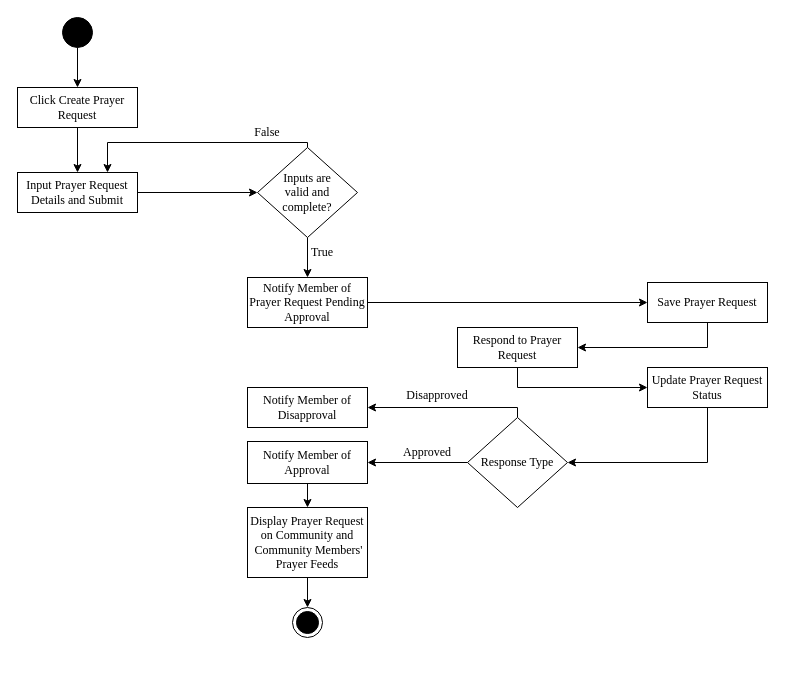
This is page "PrayerRequest" (10 of 12) of ConnexUs_Chap3.drawio from gvillanueva01/ConnexUs_diagrams, a draw.io file, before an edit. Source tidied: cells renumbered, new cells numbered last; positions are measured from the earlier drawing's top-left corner, leaving out a move shared by most shapes. Both pictures are drawn from the tidied source at 100%, with x=0, y=0 at pixel (17, 17).
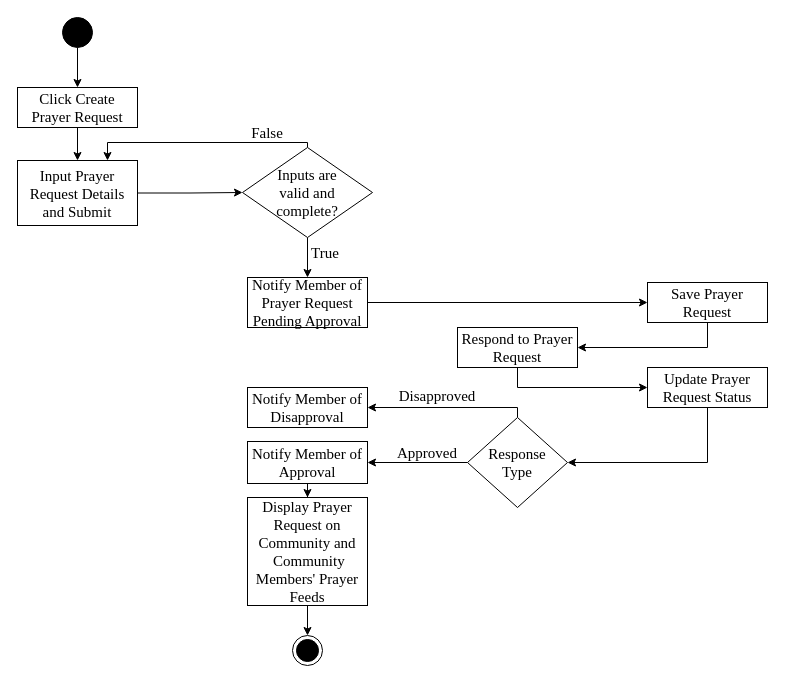
The same page after the edit.

The edit, as a diff of the source:
```diff
@@
-    <mxCell id="2" style="edgeStyle=orthogonalEdgeStyle;rounded=0;jettySize=auto;html=1;" parent="1" edge="1" source="3" target="5">
+    <mxCell id="2" style="edgeStyle=orthogonalEdgeStyle;rounded=0;jettySize=auto;html=1;fontSize=15;" parent="1" edge="1" source="3" target="5">
       <mxGeometry relative="1" as="geometry" />
     </mxCell>
-    <mxCell id="3" style="ellipse;fillColor=strokeColor;html=1;" parent="1" vertex="1">
+    <mxCell id="3" style="ellipse;fillColor=strokeColor;html=1;fontSize=15;" parent="1" vertex="1">
       <mxGeometry x="45" width="30" height="30" as="geometry" />
     </mxCell>
-    <mxCell id="4" style="edgeStyle=orthogonalEdgeStyle;rounded=0;jettySize=auto;html=1;entryX=0.5;entryY=0;entryDx=0;entryDy=0;" parent="1" edge="1" source="5" target="9">
+    <mxCell id="4" style="edgeStyle=orthogonalEdgeStyle;rounded=0;jettySize=auto;html=1;entryX=0.5;entryY=0;entryDx=0;entryDy=0;fontSize=15;" parent="1" edge="1" source="5" target="9">
       <mxGeometry relative="1" as="geometry" />
     </mxCell>
-    <mxCell id="5" value="Click Create Prayer Request" style="rounded=0;whiteSpace=wrap;html=1;fontFamily=Times New Roman;" parent="1" vertex="1">
+    <mxCell id="5" value="Click Create Prayer Request" style="rounded=0;whiteSpace=wrap;html=1;fontFamily=Times New Roman;fontSize=15;" parent="1" vertex="1">
       <mxGeometry y="70" width="120" height="40" as="geometry" />
     </mxCell>
-    <mxCell id="6" style="ellipse;html=1;shape=endState;fillColor=strokeColor;" parent="1" vertex="1">
-      <mxGeometry x="275" y="590" width="30" height="30" as="geometry" />
+    <mxCell id="6" style="ellipse;html=1;shape=endState;fillColor=strokeColor;fontSize=15;" parent="1" vertex="1">
+      <mxGeometry x="275" y="618" width="30" height="30" as="geometry" />
     </mxCell>
-    <mxCell id="7" value="True" style="text;html=1;strokeColor=none;fillColor=none;align=center;verticalAlign=middle;whiteSpace=wrap;rounded=0;fontFamily=Times New Roman;" parent="1" vertex="1">
-      <mxGeometry x="275" y="220" width="60" height="30" as="geometry" />
+    <mxCell id="7" value="True" style="text;html=1;strokeColor=none;fillColor=none;align=center;verticalAlign=middle;whiteSpace=wrap;rounded=0;fontFamily=Times New Roman;fontSize=15;" parent="1" vertex="1">
+      <mxGeometry x="278" y="220" width="60" height="30" as="geometry" />
     </mxCell>
-    <mxCell id="8" style="edgeStyle=orthogonalEdgeStyle;rounded=0;jettySize=auto;html=1;entryX=0;entryY=0.5;entryDx=0;entryDy=0;" parent="1" edge="1" source="9" target="12">
+    <mxCell id="8" style="edgeStyle=orthogonalEdgeStyle;rounded=0;jettySize=auto;html=1;entryX=0;entryY=0.5;entryDx=0;entryDy=0;fontSize=15;" parent="1" edge="1" source="9" target="12">
       <mxGeometry relative="1" as="geometry" />
     </mxCell>
-    <mxCell id="9" value="Input Prayer Request Details and Submit" style="rounded=0;whiteSpace=wrap;html=1;fontFamily=Times New Roman;" parent="1" vertex="1">
-      <mxGeometry y="155" width="120" height="40" as="geometry" />
+    <mxCell id="9" value="Input Prayer Request Details and Submit" style="rounded=0;whiteSpace=wrap;html=1;fontFamily=Times New Roman;fontSize=15;" parent="1" vertex="1">
+      <mxGeometry y="143" width="120" height="65" as="geometry" />
     </mxCell>
-    <mxCell id="10" style="edgeStyle=orthogonalEdgeStyle;rounded=0;jettySize=auto;html=1;entryX=0.5;entryY=0;entryDx=0;entryDy=0;" parent="1" edge="1" source="12" target="14">
+    <mxCell id="10" style="edgeStyle=orthogonalEdgeStyle;rounded=0;jettySize=auto;html=1;entryX=0.5;entryY=0;entryDx=0;entryDy=0;fontSize=15;" parent="1" edge="1" source="12" target="14">
       <mxGeometry relative="1" as="geometry" />
     </mxCell>
-    <mxCell id="11" style="edgeStyle=orthogonalEdgeStyle;rounded=0;jettySize=auto;html=1;entryX=0.75;entryY=0;entryDx=0;entryDy=0;" parent="1" edge="1" source="12" target="9">
+    <mxCell id="11" style="edgeStyle=orthogonalEdgeStyle;rounded=0;jettySize=auto;html=1;entryX=0.75;entryY=0;entryDx=0;entryDy=0;fontSize=15;" parent="1" edge="1" source="12" target="9">
       <mxGeometry relative="1" as="geometry">
         <Array as="points">
           <mxPoint x="90" y="125" />
         </Array>
       </mxGeometry>
     </mxCell>
-    <mxCell id="12" value="&lt;font face=&quot;Times New Roman&quot;&gt;Inputs are&lt;br&gt;valid&amp;nbsp;and&lt;br&gt;complete?&lt;/font&gt;" style="shape=rhombus;html=1;dashed=0;whiteSpace=wrap;perimeter=rhombusPerimeter;" parent="1" vertex="1">
-      <mxGeometry x="240" y="130" width="100" height="90" as="geometry" />
+    <mxCell id="12" value="&lt;font face=&quot;Times New Roman&quot; style=&quot;font-size: 15px;&quot;&gt;Inputs are&lt;br style=&quot;font-size: 15px;&quot;&gt;valid&amp;nbsp;and&lt;br style=&quot;font-size: 15px;&quot;&gt;complete?&lt;/font&gt;" style="shape=rhombus;html=1;dashed=0;whiteSpace=wrap;perimeter=rhombusPerimeter;fontSize=15;" parent="1" vertex="1">
+      <mxGeometry x="225" y="130" width="130" height="90" as="geometry" />
     </mxCell>
-    <mxCell id="13" style="edgeStyle=orthogonalEdgeStyle;rounded=0;jettySize=auto;html=1;" parent="1" edge="1" source="14" target="24">
+    <mxCell id="13" style="edgeStyle=orthogonalEdgeStyle;rounded=0;jettySize=auto;html=1;fontSize=15;" parent="1" edge="1" source="14" target="24">
       <mxGeometry relative="1" as="geometry" />
     </mxCell>
-    <mxCell id="14" value="Notify Member of Prayer Request Pending Approval" style="rounded=0;whiteSpace=wrap;html=1;fontFamily=Times New Roman;" parent="1" vertex="1">
+    <mxCell id="14" value="Notify Member of Prayer Request Pending Approval" style="rounded=0;whiteSpace=wrap;html=1;fontFamily=Times New Roman;fontSize=15;" parent="1" vertex="1">
       <mxGeometry x="230" y="260" width="120" height="50" as="geometry" />
     </mxCell>
-    <mxCell id="15" style="edgeStyle=orthogonalEdgeStyle;rounded=0;jettySize=auto;html=1;entryX=0;entryY=0.5;entryDx=0;entryDy=0;" parent="1" edge="1" source="16" target="22">
+    <mxCell id="15" style="edgeStyle=orthogonalEdgeStyle;rounded=0;jettySize=auto;html=1;entryX=0;entryY=0.5;entryDx=0;entryDy=0;fontSize=15;" parent="1" edge="1" source="16" target="22">
       <mxGeometry relative="1" as="geometry">
         <Array as="points">
           <mxPoint x="500" y="370" />
         </Array>
       </mxGeometry>
     </mxCell>
-    <mxCell id="16" value="Respond to Prayer Request" style="rounded=0;whiteSpace=wrap;html=1;fontFamily=Times New Roman;" parent="1" vertex="1">
+    <mxCell id="16" value="Respond to Prayer Request" style="rounded=0;whiteSpace=wrap;html=1;fontFamily=Times New Roman;fontSize=15;" parent="1" vertex="1">
       <mxGeometry x="440" y="310" width="120" height="40" as="geometry" />
     </mxCell>
-    <mxCell id="17" style="edgeStyle=orthogonalEdgeStyle;rounded=0;jettySize=auto;html=1;exitX=0.5;exitY=0;exitDx=0;exitDy=0;entryX=1;entryY=0.5;entryDx=0;entryDy=0;" parent="1" edge="1" source="19" target="20">
+    <mxCell id="17" style="edgeStyle=orthogonalEdgeStyle;rounded=0;jettySize=auto;html=1;exitX=0.5;exitY=0;exitDx=0;exitDy=0;entryX=1;entryY=0.5;entryDx=0;entryDy=0;fontSize=15;" parent="1" edge="1" source="19" target="20">
       <mxGeometry relative="1" as="geometry">
         <Array as="points">
           <mxPoint x="500" y="390" />
         </Array>
       </mxGeometry>
     </mxCell>
-    <mxCell id="18" style="edgeStyle=orthogonalEdgeStyle;rounded=0;jettySize=auto;html=1;entryX=1;entryY=0.5;entryDx=0;entryDy=0;" parent="1" edge="1" source="19" target="27">
+    <mxCell id="18" style="edgeStyle=orthogonalEdgeStyle;rounded=0;jettySize=auto;html=1;entryX=1;entryY=0.5;entryDx=0;entryDy=0;fontSize=15;" parent="1" edge="1" source="19" target="27">
       <mxGeometry relative="1" as="geometry" />
     </mxCell>
-    <mxCell id="19" value="&lt;font face=&quot;Times New Roman&quot;&gt;Response Type&lt;/font&gt;" style="shape=rhombus;html=1;dashed=0;whiteSpace=wrap;perimeter=rhombusPerimeter;" parent="1" vertex="1">
+    <mxCell id="19" value="&lt;font face=&quot;Times New Roman&quot; style=&quot;font-size: 15px;&quot;&gt;Response &lt;br&gt;Type&lt;/font&gt;" style="shape=rhombus;html=1;dashed=0;whiteSpace=wrap;perimeter=rhombusPerimeter;fontSize=15;" parent="1" vertex="1">
       <mxGeometry x="450" y="400" width="100" height="90" as="geometry" />
     </mxCell>
-    <mxCell id="20" value="Notify Member of Disapproval" style="rounded=0;whiteSpace=wrap;html=1;fontFamily=Times New Roman;" parent="1" vertex="1">
+    <mxCell id="20" value="Notify Member of Disapproval" style="rounded=0;whiteSpace=wrap;html=1;fontFamily=Times New Roman;fontSize=15;" parent="1" vertex="1">
       <mxGeometry x="230" y="370" width="120" height="40" as="geometry" />
     </mxCell>
-    <mxCell id="21" style="edgeStyle=orthogonalEdgeStyle;rounded=0;jettySize=auto;html=1;entryX=1;entryY=0.5;entryDx=0;entryDy=0;" parent="1" edge="1" source="22" target="19">
+    <mxCell id="21" style="edgeStyle=orthogonalEdgeStyle;rounded=0;jettySize=auto;html=1;entryX=1;entryY=0.5;entryDx=0;entryDy=0;fontSize=15;" parent="1" edge="1" source="22" target="19">
       <mxGeometry relative="1" as="geometry">
         <Array as="points">
           <mxPoint x="690" y="445" />
         </Array>
       </mxGeometry>
     </mxCell>
-    <mxCell id="22" value="Update Prayer Request Status" style="rounded=0;whiteSpace=wrap;html=1;fontFamily=Times New Roman;" parent="1" vertex="1">
+    <mxCell id="22" value="Update Prayer Request Status" style="rounded=0;whiteSpace=wrap;html=1;fontFamily=Times New Roman;fontSize=15;" parent="1" vertex="1">
       <mxGeometry x="630" y="350" width="120" height="40" as="geometry" />
     </mxCell>
-    <mxCell id="23" style="edgeStyle=orthogonalEdgeStyle;rounded=0;jettySize=auto;html=1;entryX=1;entryY=0.5;entryDx=0;entryDy=0;" parent="1" edge="1" source="24" target="16">
+    <mxCell id="23" style="edgeStyle=orthogonalEdgeStyle;rounded=0;jettySize=auto;html=1;entryX=1;entryY=0.5;entryDx=0;entryDy=0;fontSize=15;" parent="1" edge="1" source="24" target="16">
       <mxGeometry relative="1" as="geometry">
         <Array as="points">
           <mxPoint x="690" y="330" />
         </Array>
       </mxGeometry>
     </mxCell>
-    <mxCell id="24" value="Save Prayer Request" style="rounded=0;whiteSpace=wrap;html=1;fontFamily=Times New Roman;" parent="1" vertex="1">
+    <mxCell id="24" value="Save Prayer Request" style="rounded=0;whiteSpace=wrap;html=1;fontFamily=Times New Roman;fontSize=15;" parent="1" vertex="1">
       <mxGeometry x="630" y="265" width="120" height="40" as="geometry" />
     </mxCell>
-    <mxCell id="25" value="False" style="text;html=1;strokeColor=none;fillColor=none;align=center;verticalAlign=middle;whiteSpace=wrap;rounded=0;fontFamily=Times New Roman;" parent="1" vertex="1">
+    <mxCell id="25" value="False" style="text;html=1;strokeColor=none;fillColor=none;align=center;verticalAlign=middle;whiteSpace=wrap;rounded=0;fontFamily=Times New Roman;fontSize=15;" parent="1" vertex="1">
       <mxGeometry x="220" y="100" width="60" height="30" as="geometry" />
     </mxCell>
-    <mxCell id="26" style="edgeStyle=orthogonalEdgeStyle;rounded=0;jettySize=auto;html=1;entryX=0.5;entryY=0;entryDx=0;entryDy=0;" parent="1" edge="1" source="27" target="29">
+    <mxCell id="26" style="edgeStyle=orthogonalEdgeStyle;rounded=0;jettySize=auto;html=1;entryX=0.5;entryY=0;entryDx=0;entryDy=0;fontSize=15;" parent="1" edge="1" source="27" target="29">
       <mxGeometry relative="1" as="geometry" />
     </mxCell>
-    <mxCell id="27" value="Notify Member of Approval" style="rounded=0;whiteSpace=wrap;html=1;fontFamily=Times New Roman;" parent="1" vertex="1">
+    <mxCell id="27" value="Notify Member of Approval" style="rounded=0;whiteSpace=wrap;html=1;fontFamily=Times New Roman;fontSize=15;" parent="1" vertex="1">
       <mxGeometry x="230" y="424" width="120" height="42" as="geometry" />
     </mxCell>
-    <mxCell id="28" style="edgeStyle=orthogonalEdgeStyle;rounded=0;jettySize=auto;html=1;" parent="1" edge="1" source="29" target="6">
+    <mxCell id="28" style="edgeStyle=orthogonalEdgeStyle;rounded=0;jettySize=auto;html=1;fontSize=15;" parent="1" edge="1" source="29" target="6">
       <mxGeometry relative="1" as="geometry" />
     </mxCell>
-    <mxCell id="29" value="Display Prayer Request on Community and &amp;nbsp;Community Members' Prayer Feeds" style="rounded=0;whiteSpace=wrap;html=1;fontFamily=Times New Roman;" parent="1" vertex="1">
-      <mxGeometry x="230" y="490" width="120" height="70" as="geometry" />
+    <mxCell id="29" value="Display Prayer Request on Community and &amp;nbsp;Community Members' Prayer Feeds" style="rounded=0;whiteSpace=wrap;html=1;fontFamily=Times New Roman;fontSize=15;" parent="1" vertex="1">
+      <mxGeometry x="230" y="480" width="120" height="108" as="geometry" />
     </mxCell>
-    <mxCell id="30" value="Approved" style="text;html=1;strokeColor=none;fillColor=none;align=center;verticalAlign=middle;whiteSpace=wrap;rounded=0;fontFamily=Times New Roman;" parent="1" vertex="1">
+    <mxCell id="30" value="Approved" style="text;html=1;strokeColor=none;fillColor=none;align=center;verticalAlign=middle;whiteSpace=wrap;rounded=0;fontFamily=Times New Roman;fontSize=15;" parent="1" vertex="1">
       <mxGeometry x="380" y="420" width="60" height="30" as="geometry" />
     </mxCell>
-    <mxCell id="31" value="Disapproved" style="text;html=1;strokeColor=none;fillColor=none;align=center;verticalAlign=middle;whiteSpace=wrap;rounded=0;fontFamily=Times New Roman;" parent="1" vertex="1">
+    <mxCell id="31" value="Disapproved" style="text;html=1;strokeColor=none;fillColor=none;align=center;verticalAlign=middle;whiteSpace=wrap;rounded=0;fontFamily=Times New Roman;fontSize=15;" parent="1" vertex="1">
       <mxGeometry x="390" y="363" width="60" height="30" as="geometry" />
     </mxCell>
```
